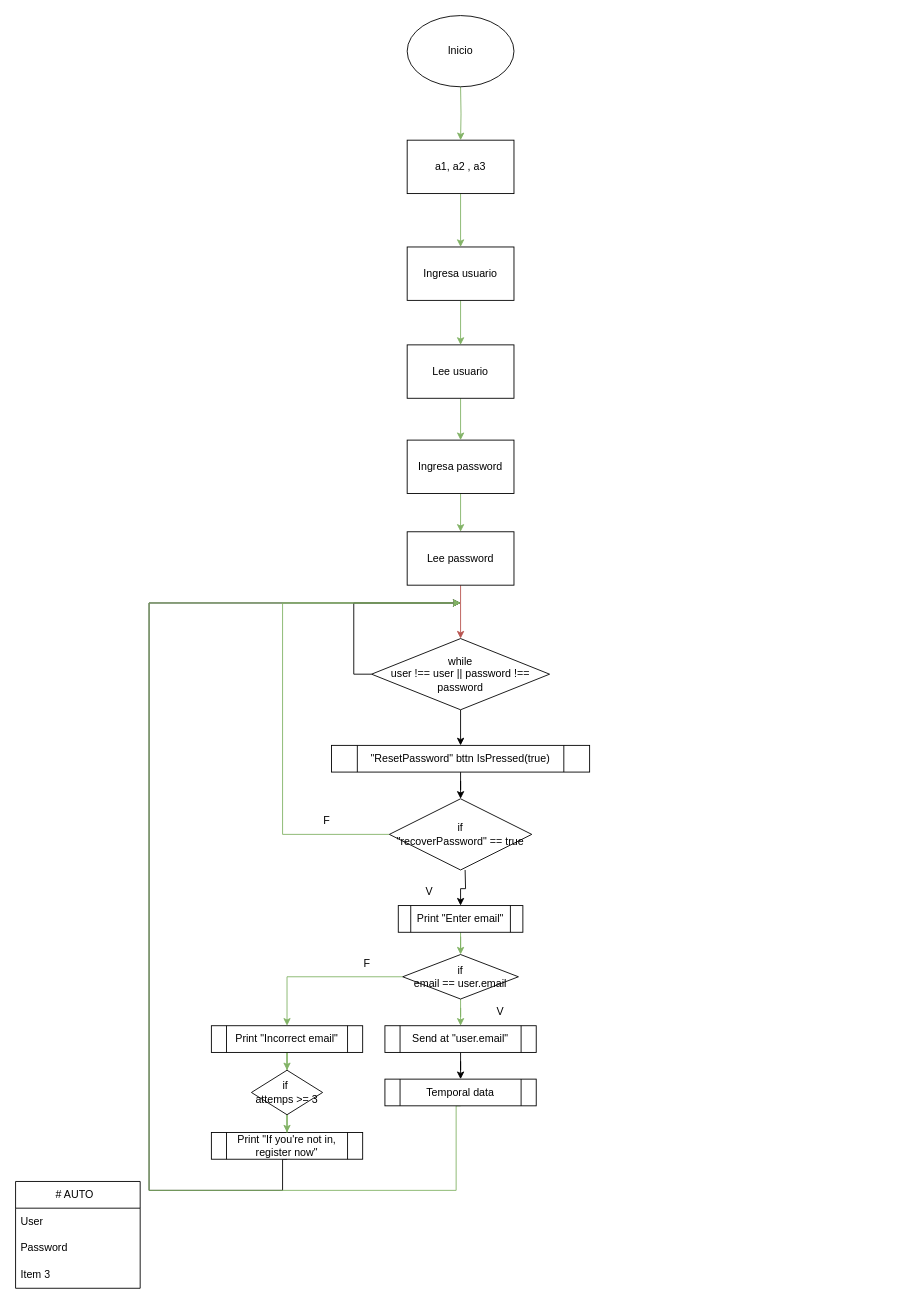
Earlier version of the draw.io diagram Diagrama sin título.drawio (VictorJ-Ch/Cafeteria-Menu). Source tidied: cells renumbered, new cells numbered last; positions are measured from the earlier drawing's top-left corner, leaving out a move shared by most shapes. Both pictures are drawn from the tidied source at 89%, with x=0, y=0 at pixel (15, 15).
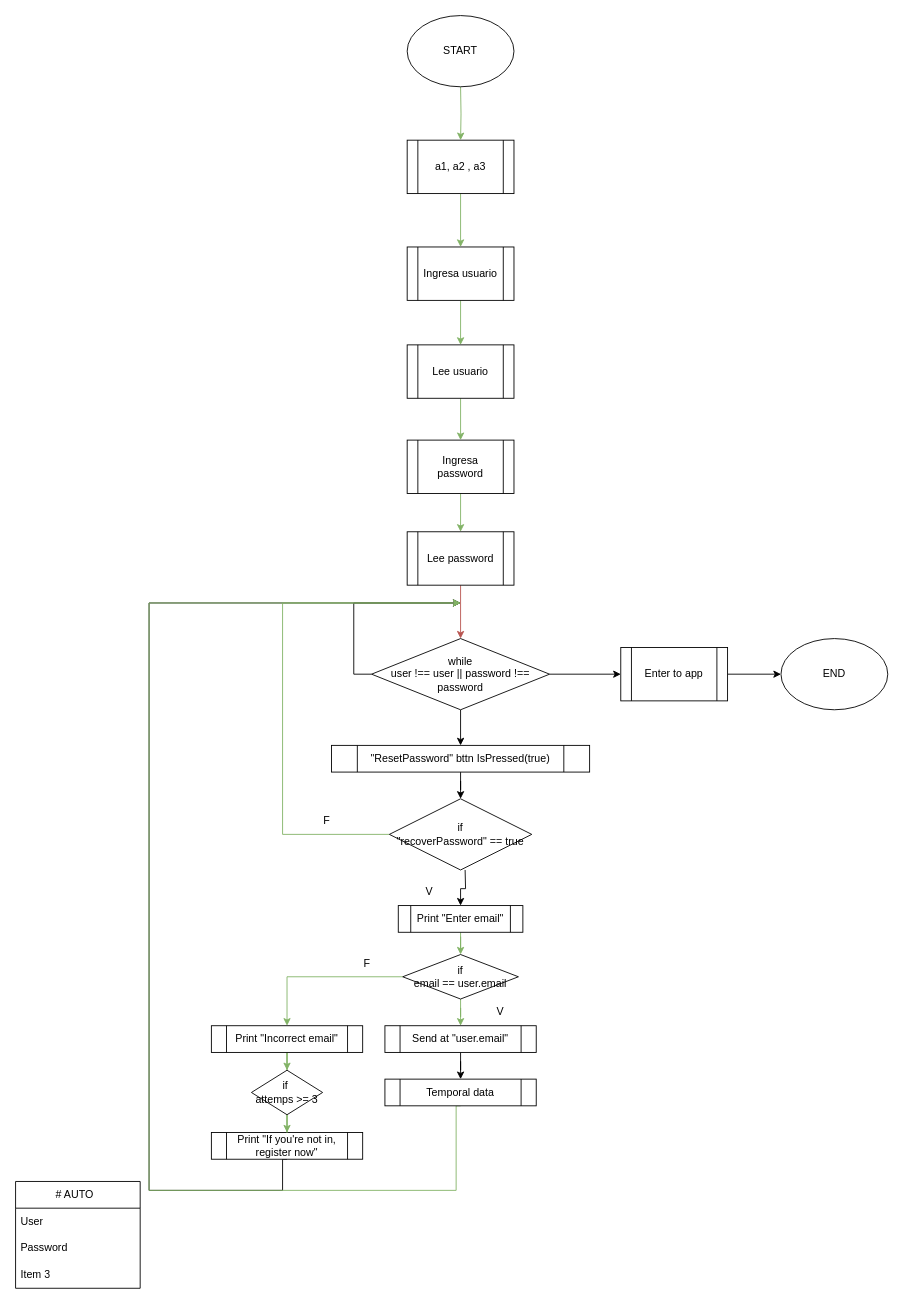
Above is the later version.

The change refers to these unchanged cells:
```xml
<mxCell id="15" value="while&lt;br&gt;user !== user || password !== password" style="rhombus;whiteSpace=wrap;html=1;" parent="1" vertex="1">
  <mxGeometry x="400" y="700" width="200" height="80" as="geometry" />
</mxCell>
```

The edit, as a diff of the source:
```diff
@@
-    <mxCell id="4" value="a1, a2 , a3" style="rounded=0;whiteSpace=wrap;html=1;" parent="1" vertex="1">
+    <mxCell id="4" value="a1, a2 , a3" style="shape=process;whiteSpace=wrap;html=1;backgroundOutline=1;" parent="1" vertex="1">
       <mxGeometry x="440" y="140" width="120" height="60" as="geometry" />
     </mxCell>
@@
-    <mxCell id="6" value="Ingresa usuario" style="rounded=0;whiteSpace=wrap;html=1;" parent="1" vertex="1">
+    <mxCell id="6" value="Ingresa usuario" style="shape=process;whiteSpace=wrap;html=1;backgroundOutline=1;" parent="1" vertex="1">
       <mxGeometry x="440" y="260" width="120" height="60" as="geometry" />
     </mxCell>
@@
-    <mxCell id="8" value="Lee usuario" style="rounded=0;whiteSpace=wrap;html=1;" parent="1" vertex="1">
+    <mxCell id="8" value="Lee usuario" style="shape=process;whiteSpace=wrap;html=1;backgroundOutline=1;" parent="1" vertex="1">
       <mxGeometry x="440" y="370" width="120" height="60" as="geometry" />
     </mxCell>
@@
-    <mxCell id="10" value="Ingresa password" style="rounded=0;whiteSpace=wrap;html=1;" parent="1" vertex="1">
+    <mxCell id="10" value="Ingresa password" style="shape=process;whiteSpace=wrap;html=1;backgroundOutline=1;" parent="1" vertex="1">
       <mxGeometry x="440" y="477" width="120" height="60" as="geometry" />
     </mxCell>
@@
-    <mxCell id="12" value="Lee password" style="rounded=0;whiteSpace=wrap;html=1;" parent="1" vertex="1">
+    <mxCell id="12" value="Lee password" style="shape=process;whiteSpace=wrap;html=1;backgroundOutline=1;" parent="1" vertex="1">
       <mxGeometry x="440" y="580" width="120" height="60" as="geometry" />
     </mxCell>
@@
+    <mxCell id="45" style="edgeStyle=orthogonalEdgeStyle;rounded=0;jettySize=auto;html=1;" parent="1" edge="1" source="15" target="47">
+      <mxGeometry relative="1" as="geometry" />
+    </mxCell>
@@
-    <mxCell id="23" value="Inicio" style="ellipse;whiteSpace=wrap;html=1;" parent="1" vertex="1">
+    <mxCell id="23" value="START" style="ellipse;whiteSpace=wrap;html=1;" parent="1" vertex="1">
       <mxGeometry x="440" width="120" height="80" as="geometry" />
     </mxCell>
@@
+    <mxCell id="46" style="edgeStyle=orthogonalEdgeStyle;rounded=0;jettySize=auto;html=1;exitX=1;exitY=0.5;exitDx=0;exitDy=0;entryX=0;entryY=0.5;entryDx=0;entryDy=0;" parent="1" edge="1" source="47" target="48">
+      <mxGeometry relative="1" as="geometry" />
+    </mxCell>
+    <mxCell id="47" value="Enter to app" style="shape=process;whiteSpace=wrap;html=1;backgroundOutline=1;" parent="1" vertex="1">
+      <mxGeometry x="680" y="710" width="120" height="60" as="geometry" />
+    </mxCell>
+    <mxCell id="48" value="END" style="ellipse;whiteSpace=wrap;html=1;" parent="1" vertex="1">
+      <mxGeometry x="860" y="700" width="120" height="80" as="geometry" />
+    </mxCell>
```
